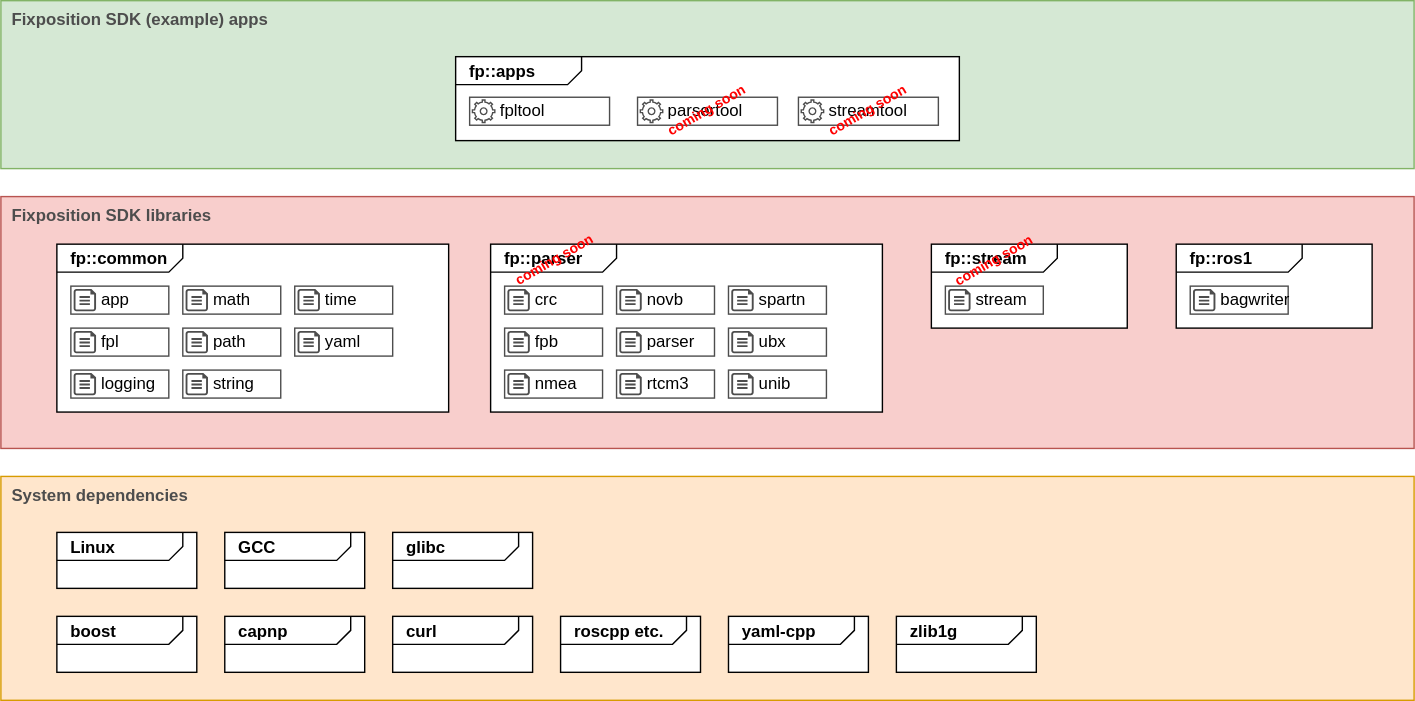
The draw.io diagram doc/fpsdk-overview.drawio.svg in fixposition/fixposition-sdk, before a commit. Source tidied: cells renumbered, new cells last; positions are measured from the earlier drawing's top-left corner, leaving out a move shared by most shapes.
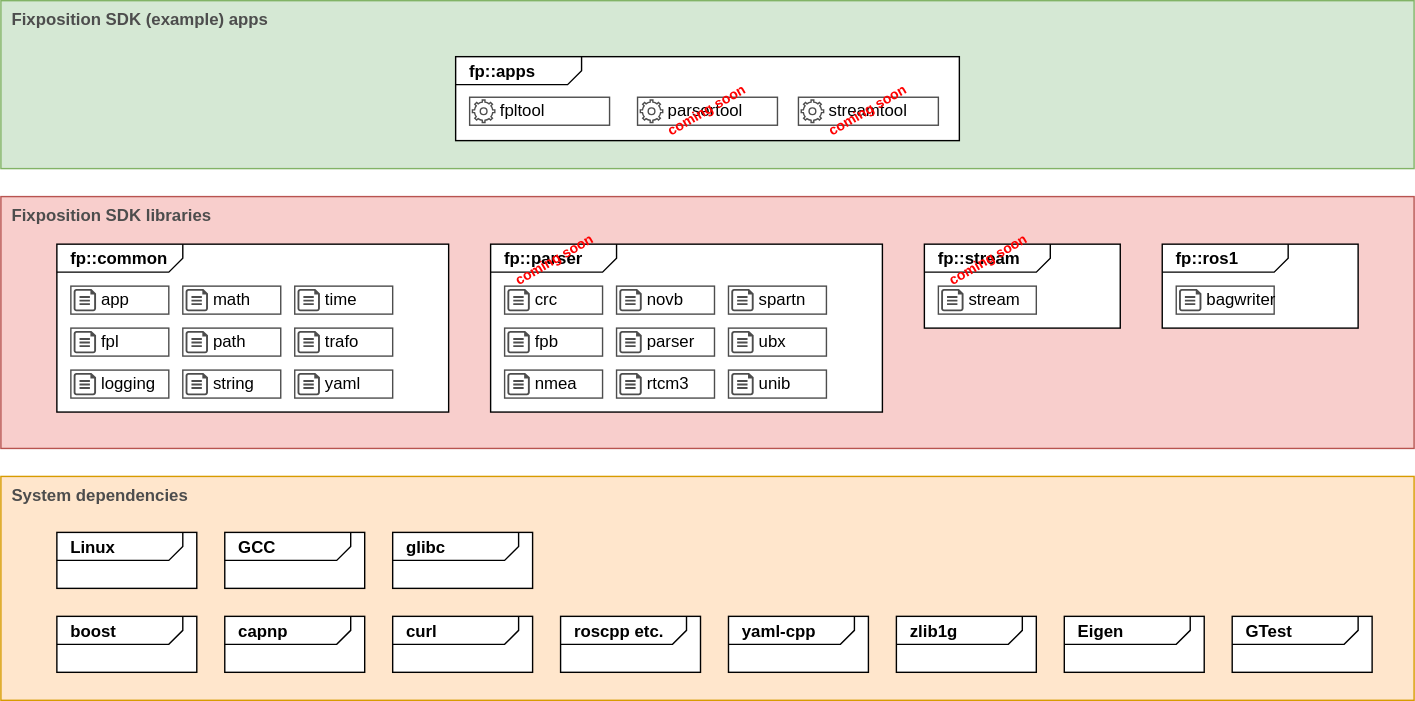
After the change.

Change to the diagram source:
```diff
@@ -15,7 +15,7 @@
       <mxGeometry x="40" y="174" width="280" height="120" as="geometry" />
     </mxCell>
     <mxCell id="6" value="&lt;p style=&quot;margin:0px;margin-top:4px;margin-left:10px;text-align:left;&quot;&gt;&lt;b&gt;&lt;font style=&quot;font-size: 12px;&quot;&gt;fp::ros1&lt;/font&gt;&lt;/b&gt;&lt;/p&gt;" style="html=1;shape=mxgraph.sysml.package;xSize=90;align=left;spacingLeft=10;overflow=fill;" parent="1" vertex="1">
-      <mxGeometry x="840" y="174" width="140" height="60" as="geometry" />
+      <mxGeometry x="830" y="174" width="140" height="60" as="geometry" />
     </mxCell>
     <mxCell id="7" value="&lt;p style=&quot;margin:0px;margin-top:4px;margin-left:10px;text-align:left;&quot;&gt;&lt;b&gt;&lt;font style=&quot;font-size: 12px;&quot;&gt;fp::apps&lt;/font&gt;&lt;/b&gt;&lt;/p&gt;" style="html=1;shape=mxgraph.sysml.package;xSize=90;align=left;spacingLeft=10;overflow=fill;" parent="1" vertex="1">
       <mxGeometry x="325" y="40" width="360" height="60" as="geometry" />
@@ -39,10 +39,10 @@
       <mxGeometry x="350" y="174" width="280" height="120" as="geometry" />
     </mxCell>
     <mxCell id="14" value="&lt;p style=&quot;margin:0px;margin-top:4px;margin-left:10px;text-align:left;&quot;&gt;&lt;b&gt;&lt;font style=&quot;font-size: 12px;&quot;&gt;fp::stream&lt;/font&gt;&lt;/b&gt;&lt;/p&gt;" style="html=1;shape=mxgraph.sysml.package;xSize=90;align=left;spacingLeft=10;overflow=fill;" parent="1" vertex="1">
-      <mxGeometry x="665" y="174" width="140" height="60" as="geometry" />
+      <mxGeometry x="660" y="174" width="140" height="60" as="geometry" />
     </mxCell>
     <mxCell id="15" style="group;" parent="1" vertex="1">
-      <mxGeometry x="210" y="234" width="70" height="20" as="geometry" />
+      <mxGeometry x="210" y="264" width="70" height="20" as="geometry" />
     </mxCell>
     <mxCell id="16" value="yaml" style="whiteSpace=wrap;html=1;strokeColor=#4D4D4D;strokeWidth=1;fontSize=12;fillColor=default;align=left;spacingLeft=20;" parent="15" vertex="1">
       <mxGeometry width="70" height="20" as="geometry" />
@@ -216,7 +216,7 @@
       <mxGeometry x="2" y="2" width="16" height="16" as="geometry" />
     </mxCell>
     <mxCell id="73" style="group;" parent="1" vertex="1">
-      <mxGeometry x="675" y="204" width="70" height="20" as="geometry" />
+      <mxGeometry x="670" y="204" width="70" height="20" as="geometry" />
     </mxCell>
     <mxCell id="74" value="stream" style="whiteSpace=wrap;html=1;strokeColor=#4D4D4D;strokeWidth=1;fontSize=12;fillColor=default;align=left;spacingLeft=20;" parent="73" vertex="1">
       <mxGeometry width="70" height="20" as="geometry" />
@@ -225,7 +225,7 @@
       <mxGeometry x="2" y="2" width="16" height="16" as="geometry" />
     </mxCell>
     <mxCell id="76" style="group;" parent="1" vertex="1">
-      <mxGeometry x="850" y="204" width="70" height="20" as="geometry" />
+      <mxGeometry x="840" y="204" width="70" height="20" as="geometry" />
     </mxCell>
     <mxCell id="77" value="bagwriter" style="whiteSpace=wrap;html=1;strokeColor=#4D4D4D;strokeWidth=1;fontSize=12;fillColor=default;align=left;spacingLeft=20;" parent="76" vertex="1">
       <mxGeometry width="70" height="20" as="geometry" />
@@ -261,7 +261,22 @@
       <mxGeometry x="360" y="180" width="71.3" height="11.3" as="geometry" />
     </mxCell>
     <mxCell id="88" value="coming soon" style="text;strokeColor=none;align=center;fillColor=none;html=1;verticalAlign=middle;whiteSpace=wrap;rounded=0;fontColor=#FF0000;fontStyle=1;rotation=-30;opacity=25;spacing=0;fontSize=10;spacingTop=-2;" parent="1" vertex="1">
-      <mxGeometry x="675" y="180" width="71.3" height="11.3" as="geometry" />
+      <mxGeometry x="670" y="180" width="71.3" height="11.3" as="geometry" />
     </mxCell>
+    <mxCell id="89" value="&lt;p style=&quot;margin:0px;margin-top:4px;margin-left:10px;text-align:left;&quot;&gt;&lt;b&gt;&lt;font style=&quot;font-size: 12px;&quot;&gt;Eigen&lt;/font&gt;&lt;/b&gt;&lt;/p&gt;" style="html=1;shape=mxgraph.sysml.package;xSize=90;align=left;spacingLeft=10;overflow=fill;" parent="1" vertex="1">
+      <mxGeometry x="760" y="440" width="100" height="40" as="geometry" />
+    </mxCell>
+    <mxCell id="90" style="group;" parent="1" vertex="1">
+      <mxGeometry x="210" y="234" width="70" height="20" as="geometry" />
+    </mxCell>
+    <mxCell id="91" value="trafo" style="whiteSpace=wrap;html=1;strokeColor=#4D4D4D;strokeWidth=1;fontSize=12;fillColor=default;align=left;spacingLeft=20;" parent="90" vertex="1">
+      <mxGeometry width="70" height="20" as="geometry" />
+    </mxCell>
+    <mxCell id="92" style="verticalLabelPosition=bottom;html=1;verticalAlign=top;align=center;strokeColor=none;fillColor=#4D4D4D;shape=mxgraph.azure.cloud_services_configuration_file;fontSize=12;" parent="90" vertex="1">
+      <mxGeometry x="2" y="2" width="16" height="16" as="geometry" />
+    </mxCell>
+    <mxCell id="93" value="&lt;p style=&quot;margin:0px;margin-top:4px;margin-left:10px;text-align:left;&quot;&gt;&lt;b&gt;&lt;font style=&quot;font-size: 12px;&quot;&gt;GTest&lt;/font&gt;&lt;/b&gt;&lt;/p&gt;" style="html=1;shape=mxgraph.sysml.package;xSize=90;align=left;spacingLeft=10;overflow=fill;" parent="1" vertex="1">
+      <mxGeometry x="880" y="440" width="100" height="40" as="geometry" />
+    </mxCell>
   </root>
 </mxGraphModel>
```
